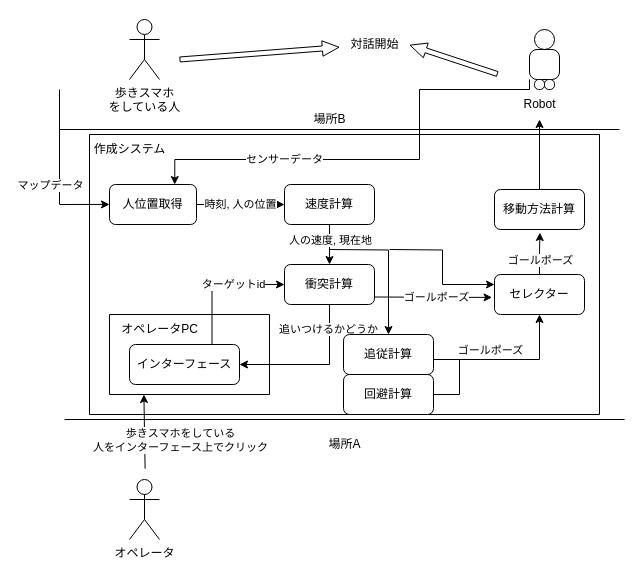
The draw.io diagram Paper/system_compose.drawio in Amano-take/robot_B4, before the edit. Source tidied: cells renumbered, new cells numbered last; positions are measured from the earlier drawing's top-left corner, leaving out a move shared by most shapes. Both pictures are drawn from the tidied source at 100%, with x=0, y=0 at pixel (59, 19). Pictures stored in the file or linked from it are replaced by grey dashed boxes.
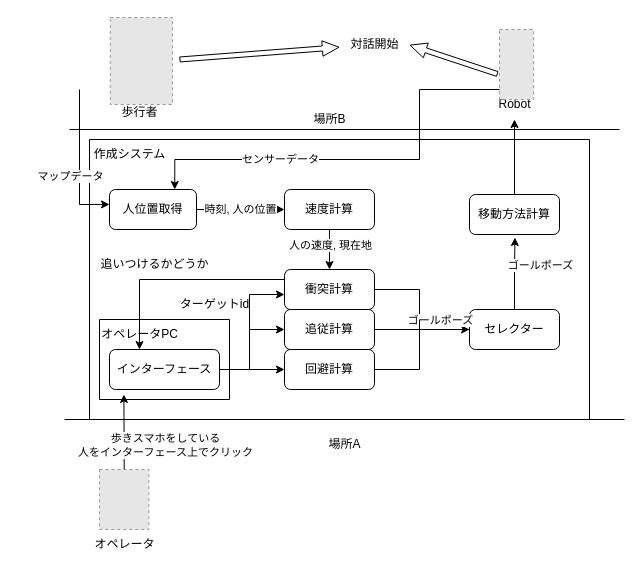
The same page after the edit.

Unchanged cells that the change refers to:
```xml
<mxCell id="6" value="人位置取得" style="rounded=1;whiteSpace=wrap;html=1;" parent="3" vertex="1">
  <mxGeometry x="20" y="50" width="87" height="40" as="geometry" />
</mxCell>
<mxCell id="17" value="衝突計算" style="rounded=1;whiteSpace=wrap;html=1;" parent="3" vertex="1">
  <mxGeometry x="195" y="130" width="90" height="40" as="geometry" />
</mxCell>
```

The edit, as a diff of the source:
```diff
@@
-    <mxCell id="2" value="オペレータ" style="shape=umlActor;verticalLabelPosition=bottom;verticalAlign=top;html=1;" parent="1" vertex="1">
-      <mxGeometry x="70" y="460" width="30" height="60" as="geometry" />
-    </mxCell>
     <mxCell id="3" style="swimlane;startSize=0;" parent="1" vertex="1">
-      <mxGeometry x="30" y="115" width="510" height="280" as="geometry" />
+      <mxGeometry x="30" y="120" width="500" height="280" as="geometry" />
     </mxCell>
@@
-    <mxCell id="10" style="edgeStyle=orthogonalEdgeStyle;rounded=0;jettySize=auto;html=1;" parent="3" edge="1" target="26">
-      <mxGeometry relative="1" as="geometry">
-        <mxPoint x="240" y="115" as="sourcePoint" />
-      </mxGeometry>
-    </mxCell>
-    <mxCell id="11" style="edgeStyle=orthogonalEdgeStyle;rounded=0;jettySize=auto;html=1;entryX=0;entryY=0.25;entryDx=0;entryDy=0;" parent="3" edge="1" target="27">
-      <mxGeometry relative="1" as="geometry">
-        <mxPoint x="300" y="115" as="sourcePoint" />
-      </mxGeometry>
-    </mxCell>
@@
-    <mxCell id="13" style="edgeStyle=orthogonalEdgeStyle;rounded=0;jettySize=auto;html=1;exitX=0.5;exitY=1;exitDx=0;exitDy=0;entryX=1;entryY=0.5;entryDx=0;entryDy=0;" parent="3" edge="1" source="17" target="21">
-      <mxGeometry relative="1" as="geometry" />
+    <mxCell id="13" style="edgeStyle=orthogonalEdgeStyle;rounded=0;jettySize=auto;html=1;exitX=0;exitY=0.25;exitDx=0;exitDy=0;" parent="3" edge="1" source="17" target="21">
+      <mxGeometry relative="1" as="geometry">
+        <Array as="points">
+          <mxPoint x="50" y="140" />
+        </Array>
+      </mxGeometry>
     </mxCell>
-    <mxCell id="14" value="追いつけるかどうか" style="edgeLabel;html=1;align=center;verticalAlign=middle;" parent="13" vertex="1">
-      <mxGeometry x="-0.68" y="-2" relative="1" as="geometry" />
-    </mxCell>
-    <mxCell id="15" style="rounded=0;jettySize=auto;html=1;exitX=1;exitY=0.5;exitDx=0;exitDy=0;entryX=-0.027;entryY=0.573;entryDx=0;entryDy=0;entryPerimeter=0;" parent="3" edge="1" target="27">
-      <mxGeometry relative="1" as="geometry">
-        <mxPoint x="285" y="162.5" as="sourcePoint" />
-      </mxGeometry>
-    </mxCell>
-    <mxCell id="16" value="ゴールポーズ" style="edgeLabel;html=1;align=center;verticalAlign=middle;" parent="15" vertex="1">
-      <mxGeometry x="0.05" relative="1" as="geometry" />
-    </mxCell>
@@
     <mxCell id="19" value="移動方法計算" style="rounded=1;whiteSpace=wrap;html=1;" parent="3" vertex="1">
-      <mxGeometry x="405" y="55" width="90" height="40" as="geometry" />
+      <mxGeometry x="380" y="55" width="90" height="40" as="geometry" />
     </mxCell>
     <mxCell id="20" style="swimlane;startSize=0;" parent="3" vertex="1">
-      <mxGeometry x="20" y="180" width="160" height="80" as="geometry" />
+      <mxGeometry x="10" y="180" width="130" height="80" as="geometry" />
     </mxCell>
     <mxCell id="21" value="インターフェース" style="rounded=1;whiteSpace=wrap;html=1;" parent="20" vertex="1">
-      <mxGeometry x="20" y="30" width="110" height="40" as="geometry" />
+      <mxGeometry x="10" y="30" width="110" height="40" as="geometry" />
     </mxCell>
     <mxCell id="22" value="オペレータPC" style="text;html=1;align=center;verticalAlign=middle;strokeColor=none;fillColor=none;" parent="20" vertex="1">
-      <mxGeometry width="100" height="30" as="geometry" />
+      <mxGeometry x="-10" width="100" height="30" as="geometry" />
     </mxCell>
-    <mxCell id="23" style="endArrow=classic;html=1;rounded=0;exitX=0.75;exitY=0;exitDx=0;exitDy=0;entryX=0;entryY=0.5;entryDx=0;entryDy=0;edgeStyle=orthogonalEdgeStyle;" parent="3" edge="1" source="21" target="17">
-      <mxGeometry relative="1" as="geometry" />
-    </mxCell>
-    <mxCell id="24" value="ターゲットid" style="edgeLabel;html=1;align=center;verticalAlign=middle;" parent="23" vertex="1">
-      <mxGeometry x="0.23" y="1" relative="1" as="geometry" />
-    </mxCell>
-    <mxCell id="25" style="edgeStyle=orthogonalEdgeStyle;rounded=0;jettySize=auto;html=1;entryX=0.5;entryY=1;entryDx=0;entryDy=0;" parent="3" edge="1" target="27">
-      <mxGeometry relative="1" as="geometry">
-        <mxPoint x="350" y="225" as="sourcePoint" />
-        <Array as="points">
-          <mxPoint x="344" y="225" />
-          <mxPoint x="450" y="225" />
-        </Array>
-      </mxGeometry>
-    </mxCell>
+    <mxCell id="54" style="edgeStyle=orthogonalEdgeStyle;rounded=0;jettySize=auto;html=1;exitX=1;exitY=0.5;exitDx=0;exitDy=0;entryX=0;entryY=0.5;entryDx=0;entryDy=0;" parent="3" edge="1" source="26" target="27">
+      <mxGeometry relative="1" as="geometry" />
+    </mxCell>
     <mxCell id="26" value="追従計算" style="rounded=1;whiteSpace=wrap;html=1;" parent="3" vertex="1">
-      <mxGeometry x="254" y="200" width="90" height="40" as="geometry" />
+      <mxGeometry x="195" y="170" width="90" height="40" as="geometry" />
     </mxCell>
     <mxCell id="27" value="セレクター" style="rounded=1;whiteSpace=wrap;html=1;" parent="3" vertex="1">
-      <mxGeometry x="405" y="140" width="90" height="40" as="geometry" />
+      <mxGeometry x="380" y="170" width="90" height="40" as="geometry" />
     </mxCell>
@@
-    <mxCell id="30" value="ゴールポーズ" style="edgeLabel;html=1;align=center;verticalAlign=middle;" parent="3" vertex="1">
-      <mxGeometry x="400" y="215" as="geometry" />
-    </mxCell>
     <mxCell id="31" value="回避計算" style="rounded=1;whiteSpace=wrap;html=1;" parent="3" vertex="1">
-      <mxGeometry x="254" y="240" width="90" height="40" as="geometry" />
+      <mxGeometry x="195" y="210" width="90" height="40" as="geometry" />
     </mxCell>
-    <mxCell id="32" style="endArrow=none;html=1;rounded=0;" parent="3" edge="1">
-      <mxGeometry relative="1" as="geometry">
-        <mxPoint x="344" y="260" as="sourcePoint" />
-        <mxPoint x="370" y="225" as="targetPoint" />
-        <Array as="points">
-          <mxPoint x="370" y="260" />
-        </Array>
-      </mxGeometry>
-    </mxCell>
-    <mxCell id="33" value="歩きスマホ&lt;br&gt;をしている人" style="shape=umlActor;verticalLabelPosition=bottom;verticalAlign=top;html=1;" parent="1" vertex="1">
-      <mxGeometry x="70" width="30" height="60" as="geometry" />
-    </mxCell>
+    <mxCell id="55" style="endArrow=none;html=1;rounded=0;exitX=1;exitY=0.5;exitDx=0;exitDy=0;entryX=0;entryY=0.5;entryDx=0;entryDy=0;" parent="3" edge="1" source="17" target="27">
+      <mxGeometry relative="1" as="geometry">
+        <Array as="points">
+          <mxPoint x="330" y="150" />
+          <mxPoint x="330" y="190" />
+        </Array>
+      </mxGeometry>
+    </mxCell>
+    <mxCell id="56" value="ゴールポーズ" style="edgeLabel;html=1;align=center;verticalAlign=middle;" parent="3" vertex="1">
+      <mxGeometry x="350" y="180" as="geometry" />
+    </mxCell>
+    <mxCell id="57" style="edgeStyle=orthogonalEdgeStyle;rounded=0;jettySize=auto;html=1;exitX=1;exitY=0.5;exitDx=0;exitDy=0;entryX=0;entryY=0.5;entryDx=0;entryDy=0;" parent="3" edge="1" source="21" target="26">
+      <mxGeometry relative="1" as="geometry">
+        <Array as="points">
+          <mxPoint x="160" y="230" />
+          <mxPoint x="160" y="190" />
+        </Array>
+      </mxGeometry>
+    </mxCell>
+    <mxCell id="58" style="edgeStyle=orthogonalEdgeStyle;rounded=0;jettySize=auto;html=1;exitX=1;exitY=0.5;exitDx=0;exitDy=0;entryX=0;entryY=0.5;entryDx=0;entryDy=0;" parent="3" edge="1" source="21" target="31">
+      <mxGeometry relative="1" as="geometry" />
+    </mxCell>
+    <mxCell id="59" style="edgeStyle=orthogonalEdgeStyle;rounded=0;jettySize=auto;html=1;exitX=1;exitY=0.5;exitDx=0;exitDy=0;" parent="3" edge="1" source="21">
+      <mxGeometry relative="1" as="geometry">
+        <mxPoint x="195" y="155" as="targetPoint" />
+        <Array as="points">
+          <mxPoint x="160" y="230" />
+          <mxPoint x="160" y="155" />
+          <mxPoint x="195" y="155" />
+        </Array>
+      </mxGeometry>
+    </mxCell>
+    <mxCell id="24" value="ターゲットid" style="text;html=1;align=center;verticalAlign=middle;strokeColor=none;fillColor=none;" parent="3" vertex="1">
+      <mxGeometry x="80" y="150" width="90" height="30" as="geometry" />
+    </mxCell>
+    <mxCell id="14" value="追いつけるかどうか" style="text;html=1;align=center;verticalAlign=middle;strokeColor=none;fillColor=none;" parent="3" vertex="1">
+      <mxGeometry y="110" width="130" height="30" as="geometry" />
+    </mxCell>
     <mxCell id="34" value="Robot" style="text;html=1;align=center;verticalAlign=middle;points=[];strokeColor=none;fillColor=none;" parent="1" vertex="1">
-      <mxGeometry x="450" y="70" width="60" height="30" as="geometry" />
+      <mxGeometry x="425" y="70" width="60" height="30" as="geometry" />
     </mxCell>
-    <mxCell id="35" style="endArrow=classic;html=1;rounded=0;entryX=0.171;entryY=1.021;entryDx=0;entryDy=0;entryPerimeter=0;" parent="1" edge="1">
+    <mxCell id="35" style="endArrow=classic;html=1;rounded=0;entryX=0.131;entryY=1.125;entryDx=0;entryDy=0;entryPerimeter=0;exitX=0.5;exitY=0;exitDx=0;exitDy=0;" parent="1" edge="1" source="61" target="21">
       <mxGeometry relative="1" as="geometry">
-        <mxPoint x="85.6" y="449.2" as="sourcePoint" />
-        <mxPoint x="84.4" y="375" as="targetPoint" />
         <Array as="points">
-          <mxPoint x="85.6" y="449.2" />
+          <mxPoint x="64" y="450" />
         </Array>
       </mxGeometry>
     </mxCell>
     <mxCell id="36" value="歩きスマホをしている&lt;br&gt;人をインターフェース上でクリック" style="edgeLabel;html=1;align=center;verticalAlign=middle;" parent="35" vertex="1">
       <mxGeometry x="-0.51" y="1" relative="1" as="geometry">
-        <mxPoint x="36" y="-11" as="offset" />
+        <mxPoint x="42" y="-6" as="offset" />
       </mxGeometry>
     </mxCell>
-    <mxCell id="37" style="group;" parent="1" vertex="1">
-      <mxGeometry x="470" y="10" width="30" height="60" as="geometry" />
-    </mxCell>
-    <mxCell id="38" style="ellipse;whiteSpace=wrap;html=1;" parent="37" vertex="1">
-      <mxGeometry x="5" width="20" height="20" as="geometry" />
-    </mxCell>
-    <mxCell id="39" style="rounded=1;whiteSpace=wrap;html=1;arcSize=25;" parent="37" vertex="1">
-      <mxGeometry y="20" width="30" height="30" as="geometry" />
-    </mxCell>
-    <mxCell id="40" style="rounded=1;whiteSpace=wrap;html=1;arcSize=43;" parent="37" vertex="1">
-      <mxGeometry x="5" y="50" width="10" height="10" as="geometry" />
-    </mxCell>
-    <mxCell id="41" style="rounded=1;whiteSpace=wrap;html=1;arcSize=43;" parent="37" vertex="1">
-      <mxGeometry x="15" y="50" width="10" height="10" as="geometry" />
-    </mxCell>
@@
-    <mxCell id="45" style="edgeStyle=orthogonalEdgeStyle;rounded=0;jettySize=auto;html=1;entryX=0.75;entryY=0;entryDx=0;entryDy=0;exitX=0;exitY=1;exitDx=0;exitDy=0;" parent="1" edge="1" source="39" target="6">
+    <mxCell id="45" style="edgeStyle=orthogonalEdgeStyle;rounded=0;jettySize=auto;html=1;entryX=0.75;entryY=0;entryDx=0;entryDy=0;exitX=0;exitY=1;exitDx=0;exitDy=0;" parent="1" edge="1" target="6">
       <mxGeometry relative="1" as="geometry">
+        <mxPoint x="470" y="60" as="sourcePoint" />
         <Array as="points">
           <mxPoint x="360" y="70" />
           <mxPoint x="360" y="140" />
           <mxPoint x="115" y="140" />
         </Array>
       </mxGeometry>
     </mxCell>
@@
     <mxCell id="47" style="endArrow=classic;html=1;rounded=0;entryX=0;entryY=0.5;entryDx=0;entryDy=0;" parent="1" edge="1">
       <mxGeometry relative="1" as="geometry">
-        <mxPoint y="70" as="sourcePoint" />
+        <mxPoint x="20" y="70" as="sourcePoint" />
         <mxPoint x="50" y="184.9" as="targetPoint" />
         <Array as="points">
-          <mxPoint y="185" />
+          <mxPoint x="20" y="185" />
         </Array>
       </mxGeometry>
     </mxCell>
@@
     <mxCell id="52" style="endArrow=none;html=1;rounded=0;" parent="1" edge="1">
       <mxGeometry relative="1" as="geometry">
-        <mxPoint y="110" as="sourcePoint" />
+        <mxPoint x="10" y="110" as="sourcePoint" />
         <mxPoint x="560" y="110" as="targetPoint" />
       </mxGeometry>
     </mxCell>
@@
+    <mxCell id="60" style="fillColor=#E6E6E6;strokeColor=#999999;dashed=1;verticalLabelPosition=bottom;labelBackgroundColor=default;verticalAlign=top;" parent="1" vertex="1">
+      <mxGeometry x="440" y="10" width="34.2" height="70" as="geometry" />
+    </mxCell>
+    <mxCell id="2" value="オペレータ" style="text;html=1;align=center;verticalAlign=middle;strokeColor=none;fillColor=none;" parent="1" vertex="1">
+      <mxGeometry x="24.7" y="510" width="80" height="30" as="geometry" />
+    </mxCell>
+    <mxCell id="61" style="fillColor=#E6E6E6;strokeColor=#999999;dashed=1;verticalLabelPosition=bottom;labelBackgroundColor=default;verticalAlign=top;" parent="1" vertex="1">
+      <mxGeometry x="40" y="450" width="49.4" height="60" as="geometry" />
+    </mxCell>
+    <mxCell id="62" style="fillColor=#E6E6E6;strokeColor=#999999;dashed=1;verticalLabelPosition=bottom;labelBackgroundColor=default;verticalAlign=top;" parent="1" vertex="1">
+      <mxGeometry x="50.8" y="-2" width="62.2" height="87" as="geometry" />
+    </mxCell>
+    <mxCell id="63" value="歩行者" style="text;html=1;align=center;verticalAlign=middle;strokeColor=none;fillColor=none;" parent="1" vertex="1">
+      <mxGeometry x="50" y="78" width="60" height="30" as="geometry" />
+    </mxCell>
+    <mxCell id="64" style="endArrow=none;html=1;rounded=0;exitX=1;exitY=0.5;exitDx=0;exitDy=0;" parent="1" edge="1" source="31">
+      <mxGeometry relative="1" as="geometry">
+        <mxPoint x="360" y="300" as="targetPoint" />
+        <Array as="points">
+          <mxPoint x="360" y="350" />
+        </Array>
+      </mxGeometry>
+    </mxCell>
```
